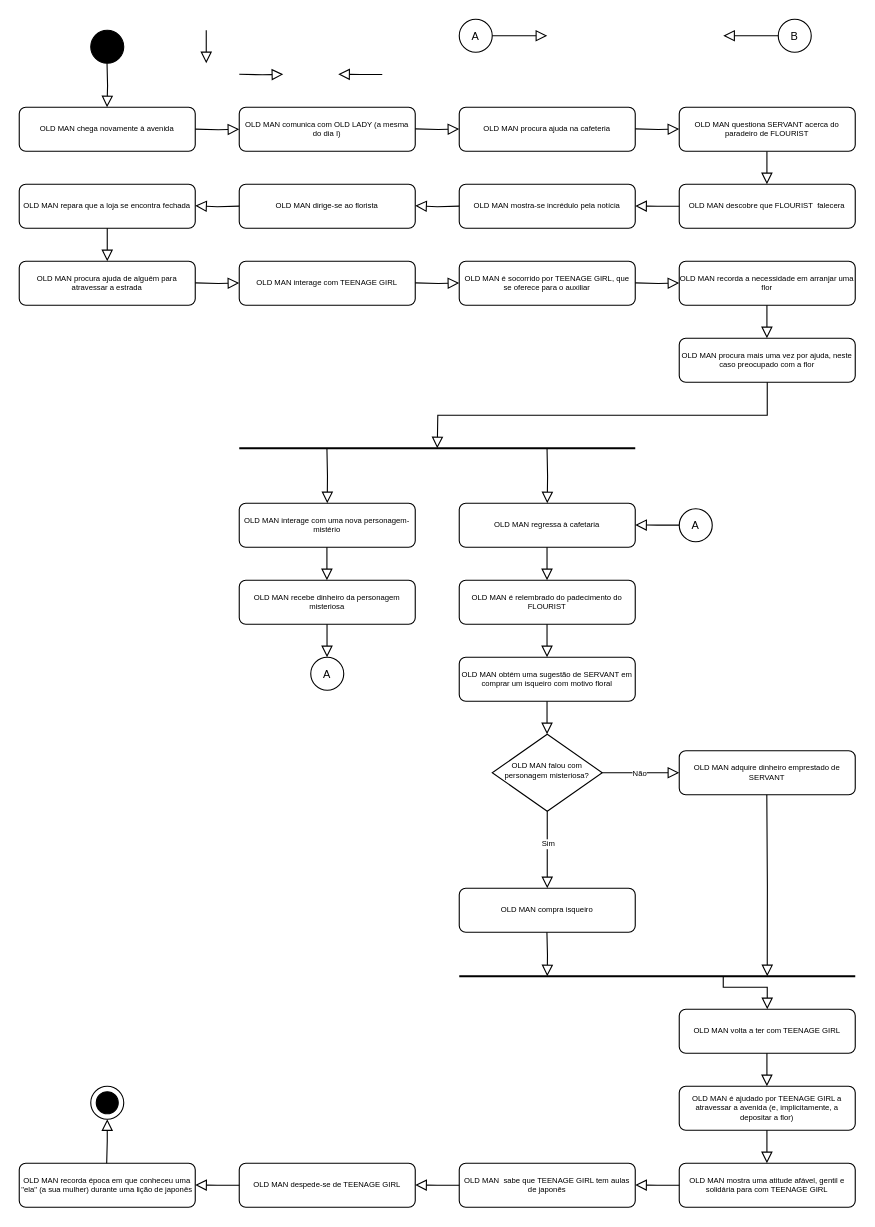
Above: drawio/diagrams/files/diaII.drawio in Anth0nyPereira/onegai (draw.io), before the change. Source tidied: cells renumbered, new cells numbered last; positions are measured from the earlier drawing's top-left corner, leaving out a move shared by most shapes. Both pictures are drawn from the tidied source at 110%, with x=0, y=0 at pixel (19, 19).
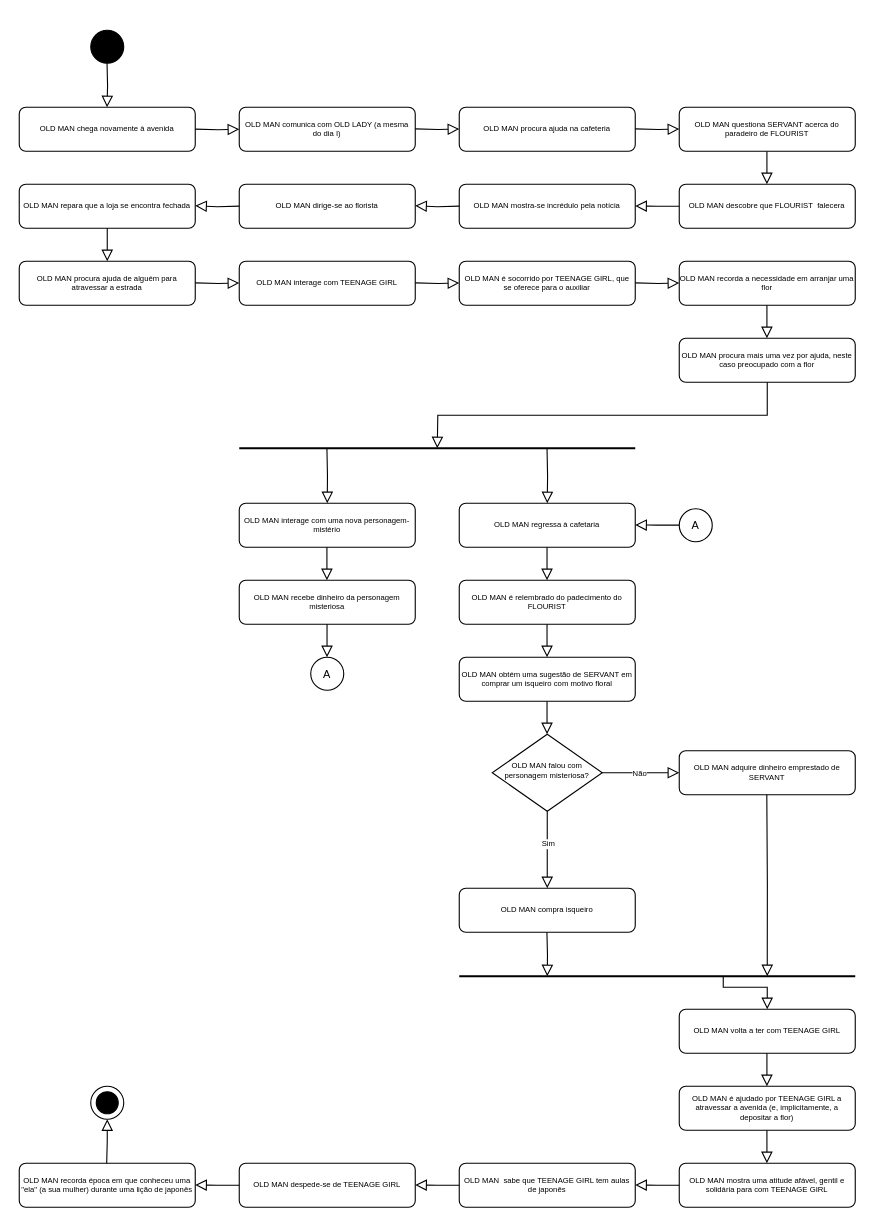
Above is the later version.

The edit, as a diff of the source:
```diff
@@
-    <mxCell id="4" style="rounded=0;html=1;jettySize=auto;orthogonalLoop=1;fontSize=7;endArrow=block;endFill=0;endSize=8;strokeWidth=1;shadow=0;labelBackgroundColor=none;edgeStyle=orthogonalEdgeStyle;exitX=0.5;exitY=1;exitDx=0;exitDy=0;" parent="1" edge="1">
-      <mxGeometry y="20" relative="1" as="geometry">
-        <mxPoint x="170" y="10" as="sourcePoint" />
-        <mxPoint x="170" y="40" as="targetPoint" />
-      </mxGeometry>
-    </mxCell>
-    <mxCell id="5" value="&lt;font style=&quot;font-size: 10px;&quot;&gt;A&lt;/font&gt;" style="ellipse;whiteSpace=wrap;html=1;fontSize=7;" parent="1" vertex="1">
-      <mxGeometry x="400" width="30" height="30" as="geometry" />
-    </mxCell>
-    <mxCell id="6" style="rounded=0;html=1;jettySize=auto;fontSize=7;endArrow=block;endFill=0;endSize=8;strokeWidth=1;shadow=0;labelBackgroundColor=none;edgeStyle=orthogonalEdgeStyle;exitX=1;exitY=0.5;exitDx=0;exitDy=0;" parent="1" edge="1" source="5">
-      <mxGeometry y="20" relative="1" as="geometry">
-        <mxPoint x="480" y="15" as="targetPoint" />
-      </mxGeometry>
-    </mxCell>
-    <mxCell id="7" value="&lt;font style=&quot;font-size: 10px;&quot;&gt;B&lt;/font&gt;" style="ellipse;whiteSpace=wrap;html=1;fontSize=7;" parent="1" vertex="1">
-      <mxGeometry x="690" width="30" height="30" as="geometry" />
-    </mxCell>
-    <mxCell id="8" style="rounded=0;html=1;jettySize=auto;fontSize=7;endArrow=block;endFill=0;endSize=8;strokeWidth=1;shadow=0;labelBackgroundColor=none;edgeStyle=orthogonalEdgeStyle;exitX=0;exitY=0.5;exitDx=0;exitDy=0;entryX=1;entryY=0.5;entryDx=0;entryDy=0;" parent="1" edge="1" source="7">
-      <mxGeometry y="20" relative="1" as="geometry">
-        <mxPoint x="640" y="15" as="targetPoint" />
-      </mxGeometry>
-    </mxCell>
@@
-    <mxCell id="23" style="rounded=0;html=1;jettySize=auto;orthogonalLoop=1;fontSize=7;endArrow=block;endFill=0;endSize=8;strokeWidth=1;shadow=0;labelBackgroundColor=none;edgeStyle=orthogonalEdgeStyle;exitX=0.5;exitY=1;exitDx=0;exitDy=0;entryX=0;entryY=0.5;entryDx=0;entryDy=0;" parent="1" edge="1">
-      <mxGeometry y="20" relative="1" as="geometry">
-        <mxPoint x="200" y="50" as="sourcePoint" />
-        <mxPoint x="240" y="50.1" as="targetPoint" />
-      </mxGeometry>
-    </mxCell>
@@
-    <mxCell id="27" style="rounded=0;html=1;jettySize=auto;orthogonalLoop=1;fontSize=7;endArrow=block;endFill=0;endSize=8;strokeWidth=1;shadow=0;labelBackgroundColor=none;edgeStyle=orthogonalEdgeStyle;exitX=0;exitY=0.5;exitDx=0;exitDy=0;" parent="1" edge="1">
-      <mxGeometry y="20" relative="1" as="geometry">
-        <mxPoint x="330" y="50.2" as="sourcePoint" />
-        <mxPoint x="290" y="50" as="targetPoint" />
-        <Array as="points">
-          <mxPoint x="310" y="50" />
-        </Array>
-      </mxGeometry>
-    </mxCell>
```
